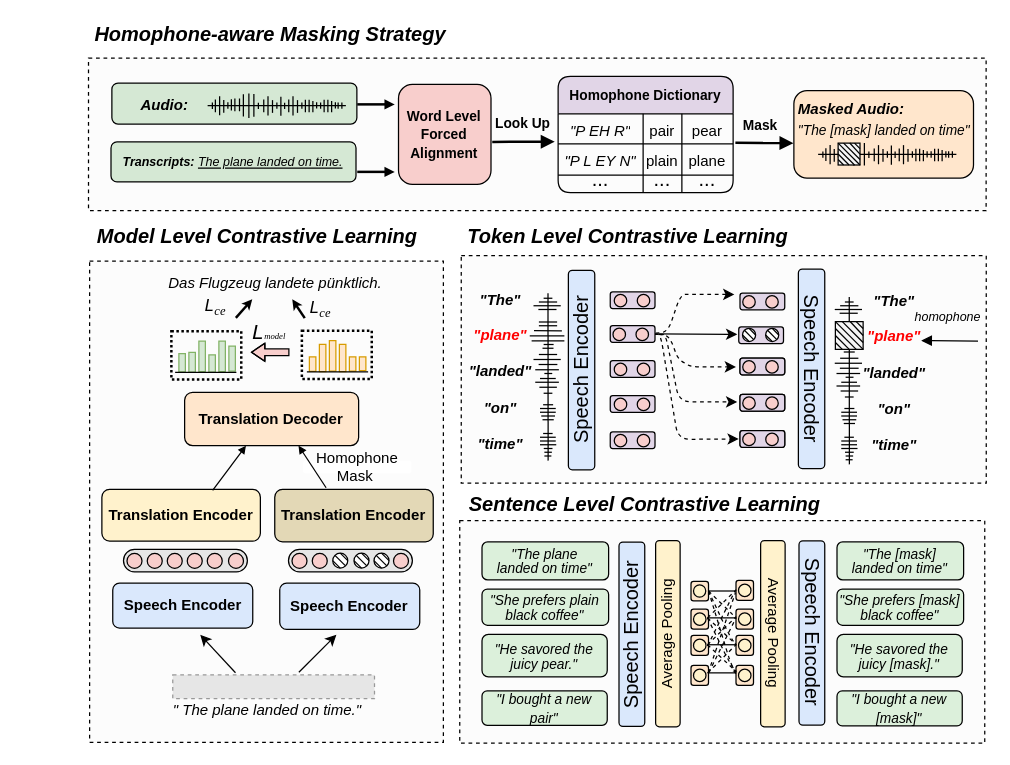
ytf-philp/README keeps this draw.io diagram as 2_8_ambig.drawio. Above is the earlier version. Source tidied: cells renumbered, new cells numbered last; positions are measured from the earlier drawing's top-left corner, leaving out a move shared by most shapes. Both pictures are drawn from the tidied source at 125%, with x=0, y=0 at pixel (21, 21). Pictures stored in the file or linked from it are replaced by grey dashed boxes.
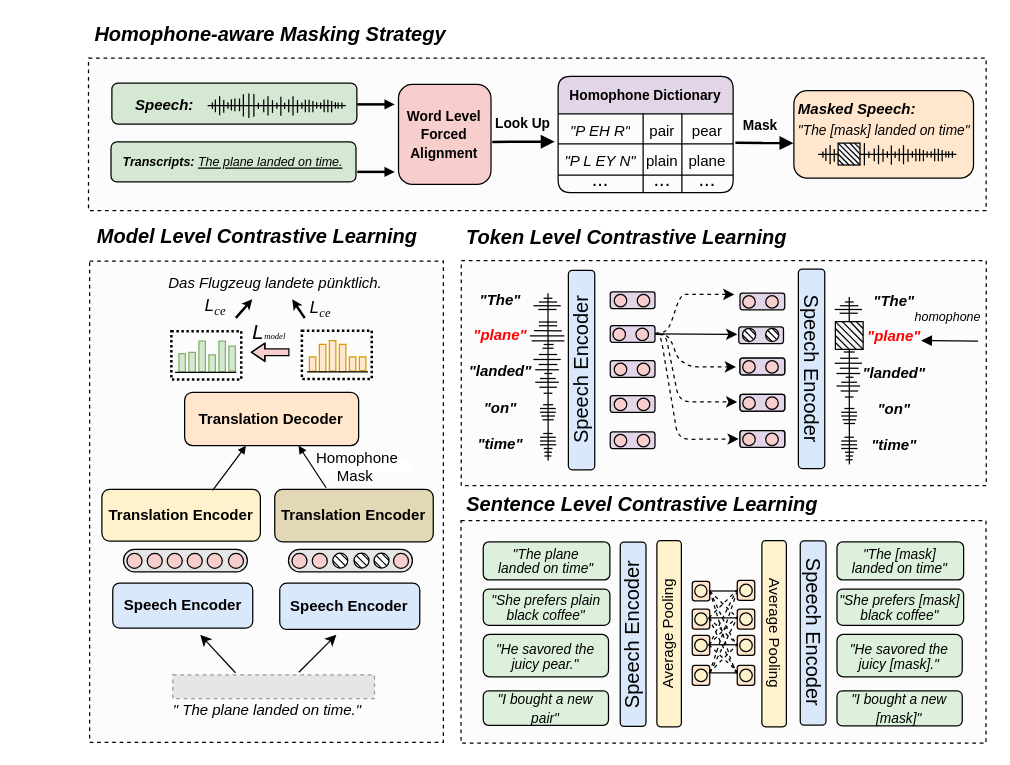
The same diagram, later.

The change refers to these unchanged cells:
```xml
<mxCell id="182" style="group;" parent="1" vertex="1">
  <mxGeometry x="611.3" y="55" width="150" height="70" as="geometry" />
</mxCell>
<mxCell id="246" style="group;" parent="1" vertex="1">
  <mxGeometry x="72" y="49" width="196" height="32.7" as="geometry" />
</mxCell>
```

The edit, as a diff of the source:
```diff
@@
     <mxCell id="5" style="group;rotation=0;strokeWidth=2;" parent="1" vertex="1">
-      <mxGeometry x="380.5" y="179" width="390" height="190" as="geometry" />
+      <mxGeometry x="380.5" y="179" width="391" height="190" as="geometry" />
     </mxCell>
     <mxCell id="6" style="rounded=0;whiteSpace=wrap;html=1;dashed=1;fillColor=#fcfcfc;fontColor=#333333;strokeColor=#000000;" parent="5" vertex="1">
-      <mxGeometry x="-29" y="8" width="420" height="182" as="geometry" />
+      <mxGeometry x="-29" y="12" width="420" height="180" as="geometry" />
     </mxCell>
@@
     <mxCell id="113" value="&lt;i&gt;&lt;font style=&quot;font-size: 16px;&quot;&gt;&lt;b&gt;Sentence Level Contrastive Learning&lt;/b&gt;&lt;/font&gt;&lt;/i&gt;" style="text;html=1;strokeColor=none;fillColor=none;align=center;verticalAlign=middle;whiteSpace=wrap;rounded=0;" parent="1" vertex="1">
-      <mxGeometry x="310.2" y="371" width="377.4" height="30" as="geometry" />
+      <mxGeometry x="308.2" y="371" width="377.4" height="30" as="geometry" />
     </mxCell>
@@
     <mxCell id="128" value="&lt;i&gt;&lt;font style=&quot;font-size: 16px;&quot;&gt;&lt;b&gt;Token Level Contrastive Learning&lt;/b&gt;&lt;/font&gt;&lt;/i&gt;" style="text;html=1;strokeColor=none;fillColor=none;align=center;verticalAlign=middle;whiteSpace=wrap;rounded=0;" parent="1" vertex="1">
-      <mxGeometry x="345.3" y="156.3" width="280" height="30" as="geometry" />
+      <mxGeometry x="344.3" y="157.3" width="280" height="30" as="geometry" />
     </mxCell>
     <mxCell id="129" style="group;" parent="1" vertex="1">
-      <mxGeometry x="350.3" y="399" width="420" height="178" as="geometry" />
+      <mxGeometry x="351.3" y="399" width="420" height="178" as="geometry" />
     </mxCell>
@@
-    <mxCell id="184" value="&lt;div style=&quot;text-align: left; line-height: 140%;&quot;&gt;&lt;b style=&quot;background-color: initial;&quot;&gt;&lt;i&gt;Masked Audio:&amp;nbsp;&lt;/i&gt;&lt;/b&gt;&lt;/div&gt;&lt;div style=&quot;text-align: left; line-height: 140%;&quot;&gt;&lt;i style=&quot;background-color: initial;&quot;&gt;&lt;font style=&quot;font-size: 11px;&quot;&gt;&quot;The [mask] landed on time&quot;&lt;/font&gt;&lt;/i&gt;&lt;br&gt;&lt;/div&gt;" style="text;html=1;strokeColor=none;fillColor=none;align=center;verticalAlign=middle;whiteSpace=wrap;rounded=0;" parent="182" vertex="1">
+    <mxCell id="184" value="&lt;div style=&quot;text-align: left; line-height: 140%;&quot;&gt;&lt;b style=&quot;background-color: initial;&quot;&gt;&lt;i&gt;Masked Speech:&amp;nbsp;&lt;/i&gt;&lt;/b&gt;&lt;/div&gt;&lt;div style=&quot;text-align: left; line-height: 140%;&quot;&gt;&lt;i style=&quot;background-color: initial;&quot;&gt;&lt;font style=&quot;font-size: 11px;&quot;&gt;&quot;The [mask] landed on time&quot;&lt;/font&gt;&lt;/i&gt;&lt;br&gt;&lt;/div&gt;" style="text;html=1;strokeColor=none;fillColor=none;align=center;verticalAlign=middle;whiteSpace=wrap;rounded=0;" parent="182" vertex="1">
       <mxGeometry x="8" y="3.5" width="142" height="39.4" as="geometry" />
     </mxCell>
@@
-    <mxCell id="248" value="&lt;i style=&quot;border-color: var(--border-color);&quot;&gt;&lt;b style=&quot;border-color: var(--border-color);&quot;&gt;Audio:&amp;nbsp;&lt;/b&gt;&lt;/i&gt;" style="text;html=1;strokeColor=none;fillColor=none;align=center;verticalAlign=middle;whiteSpace=wrap;rounded=0;" parent="246" vertex="1">
+    <mxCell id="248" value="&lt;i style=&quot;border-color: var(--border-color);&quot;&gt;&lt;b style=&quot;border-color: var(--border-color);&quot;&gt;Speech:&amp;nbsp;&lt;/b&gt;&lt;/i&gt;" style="text;html=1;strokeColor=none;fillColor=none;align=center;verticalAlign=middle;whiteSpace=wrap;rounded=0;" parent="246" vertex="1">
       <mxGeometry x="13.5" y="5.7" width="60" height="24.6" as="geometry" />
     </mxCell>
```
